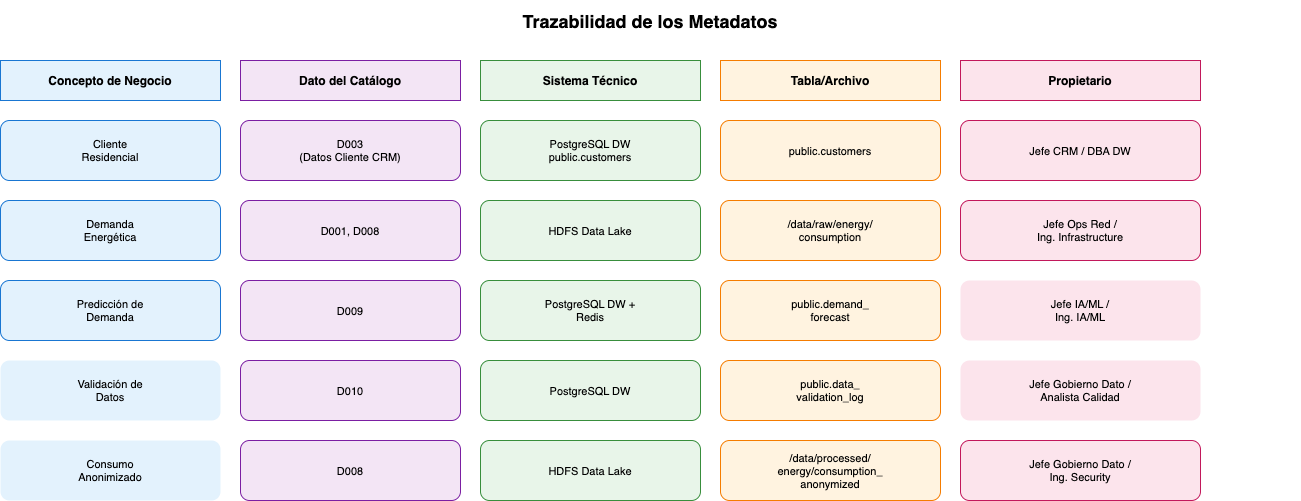
This is figuras/trazabilidad-metadatos.png from joseluiscasado/gestion-datos-energitech, a draw.io export, as it was before one commit. Source tidied: cells renumbered, new cells last; positions are measured from the earlier drawing's top-left corner, leaving out a move shared by most shapes. Source of this version:
```xml
<mxGraphModel background="#ffffff">
  <root>
    <mxCell id="0" />
    <mxCell id="1" parent="0" />
    <mxCell id="2" value="Trazabilidad de los Metadatos" style="text;fontSize=18;fontStyle=1;align=center;verticalAlign=middle;" parent="1" vertex="1">
      <mxGeometry width="1300" height="40" as="geometry" />
    </mxCell>
    <mxCell id="3" value="Concepto de Negocio" style="text;fontSize=12;fontStyle=1;align=center;verticalAlign=middle;fillColor=#E3F2FD;strokeColor=#1976D2;" parent="1" vertex="1">
      <mxGeometry y="60" width="220" height="40" as="geometry" />
    </mxCell>
    <mxCell id="4" value="Dato del Catálogo" style="text;fontSize=12;fontStyle=1;align=center;verticalAlign=middle;fillColor=#F3E5F5;strokeColor=#7B1FA2;" parent="1" vertex="1">
      <mxGeometry x="240" y="60" width="220" height="40" as="geometry" />
    </mxCell>
    <mxCell id="5" value="Sistema Técnico" style="text;fontSize=12;fontStyle=1;align=center;verticalAlign=middle;fillColor=#E8F5E9;strokeColor=#388E3C;" parent="1" vertex="1">
      <mxGeometry x="480" y="60" width="220" height="40" as="geometry" />
    </mxCell>
    <mxCell id="6" value="Tabla/Archivo" style="text;fontSize=12;fontStyle=1;align=center;verticalAlign=middle;fillColor=#FFF3E0;strokeColor=#F57C00;" parent="1" vertex="1">
      <mxGeometry x="720" y="60" width="220" height="40" as="geometry" />
    </mxCell>
    <mxCell id="7" value="Propietario" style="text;fontSize=12;fontStyle=1;align=center;verticalAlign=middle;fillColor=#FCE4EC;strokeColor=#C2185B;" parent="1" vertex="1">
      <mxGeometry x="960" y="60" width="240" height="40" as="geometry" />
    </mxCell>
    <mxCell id="8" value="Cliente&#10;Residencial" style="text;fontSize=11;align=center;verticalAlign=middle;fillColor=#E3F2FD;strokeColor=#1976D2;rounded=1;" parent="1" vertex="1">
      <mxGeometry y="120" width="220" height="60" as="geometry" />
    </mxCell>
    <mxCell id="9" value="D003&#10;(Datos Cliente CRM)" style="text;fontSize=11;align=center;verticalAlign=middle;fillColor=#F3E5F5;strokeColor=#7B1FA2;rounded=1;" parent="1" vertex="1">
      <mxGeometry x="240" y="120" width="220" height="60" as="geometry" />
    </mxCell>
    <mxCell id="10" value="PostgreSQL DW&#10;public.customers" style="text;fontSize=11;align=center;verticalAlign=middle;fillColor=#E8F5E9;strokeColor=#388E3C;rounded=1;" parent="1" vertex="1">
      <mxGeometry x="480" y="120" width="220" height="60" as="geometry" />
    </mxCell>
    <mxCell id="11" value="public.customers" style="text;fontSize=11;align=center;verticalAlign=middle;fillColor=#FFF3E0;strokeColor=#F57C00;rounded=1;" parent="1" vertex="1">
      <mxGeometry x="720" y="120" width="220" height="60" as="geometry" />
    </mxCell>
    <mxCell id="12" value="Jefe CRM / DBA DW" style="text;fontSize=11;align=center;verticalAlign=middle;fillColor=#FCE4EC;strokeColor=#C2185B;rounded=1;" parent="1" vertex="1">
      <mxGeometry x="960" y="120" width="240" height="60" as="geometry" />
    </mxCell>
    <mxCell id="13" value="Demanda&#10;Energética" style="text;fontSize=11;align=center;verticalAlign=middle;fillColor=#E3F2FD;strokeColor=#1976D2;rounded=1;" parent="1" vertex="1">
      <mxGeometry y="200" width="220" height="60" as="geometry" />
    </mxCell>
    <mxCell id="14" value="D001, D008" style="text;fontSize=11;align=center;verticalAlign=middle;fillColor=#F3E5F5;strokeColor=#7B1FA2;rounded=1;" parent="1" vertex="1">
      <mxGeometry x="240" y="200" width="220" height="60" as="geometry" />
    </mxCell>
    <mxCell id="15" value="HDFS Data Lake" style="text;fontSize=11;align=center;verticalAlign=middle;fillColor=#E8F5E9;strokeColor=#388E3C;rounded=1;" parent="1" vertex="1">
      <mxGeometry x="480" y="200" width="220" height="60" as="geometry" />
    </mxCell>
    <mxCell id="16" value="/data/raw/energy/&#10;consumption" style="text;fontSize=11;align=center;verticalAlign=middle;fillColor=#FFF3E0;strokeColor=#F57C00;rounded=1;" parent="1" vertex="1">
      <mxGeometry x="720" y="200" width="220" height="60" as="geometry" />
    </mxCell>
    <mxCell id="17" value="Jefe Ops Red /&#10;Ing. Infrastructure" style="text;fontSize=11;align=center;verticalAlign=middle;fillColor=#FCE4EC;strokeColor=#C2185B;rounded=1;" parent="1" vertex="1">
      <mxGeometry x="960" y="200" width="240" height="60" as="geometry" />
    </mxCell>
    <mxCell id="18" value="Predicción de&#10;Demanda" style="text;fontSize=11;align=center;verticalAlign=middle;fillColor=#E3F2FD;strokeColor=#1976D2;rounded=1;" parent="1" vertex="1">
      <mxGeometry y="280" width="220" height="60" as="geometry" />
    </mxCell>
    <mxCell id="19" value="D009" style="text;fontSize=11;align=center;verticalAlign=middle;fillColor=#F3E5F5;strokeColor=#7B1FA2;rounded=1;" parent="1" vertex="1">
      <mxGeometry x="240" y="280" width="220" height="60" as="geometry" />
    </mxCell>
    <mxCell id="20" value="PostgreSQL DW +&#10;Redis" style="text;fontSize=11;align=center;verticalAlign=middle;fillColor=#E8F5E9;strokeColor=#388E3C;rounded=1;" parent="1" vertex="1">
      <mxGeometry x="480" y="280" width="220" height="60" as="geometry" />
    </mxCell>
    <mxCell id="21" value="public.demand_&#10;forecast" style="text;fontSize=11;align=center;verticalAlign=middle;fillColor=#FFF3E0;strokeColor=#F57C00;rounded=1;" parent="1" vertex="1">
      <mxGeometry x="720" y="280" width="220" height="60" as="geometry" />
    </mxCell>
    <mxCell id="22" value="Jefe IA/ML /&#10;Ing. IA/ML" style="text;fontSize=11;align=center;verticalAlign=middle;fillColor=#FCE4EC;strokeColor:#C2185B;rounded=1;" parent="1" vertex="1">
      <mxGeometry x="960" y="280" width="240" height="60" as="geometry" />
    </mxCell>
    <mxCell id="23" value="Validación de&#10;Datos" style="text;fontSize=11;align=center;verticalAlign=middle;fillColor=#E3F2FD;strokeColor:#1976D2;rounded=1;" parent="1" vertex="1">
      <mxGeometry y="360" width="220" height="60" as="geometry" />
    </mxCell>
    <mxCell id="24" value="D010" style="text;fontSize=11;align=center;verticalAlign=middle;fillColor=#F3E5F5;strokeColor=#7B1FA2;rounded=1;" parent="1" vertex="1">
      <mxGeometry x="240" y="360" width="220" height="60" as="geometry" />
    </mxCell>
    <mxCell id="25" value="PostgreSQL DW" style="text;fontSize=11;align=center;verticalAlign=middle;fillColor=#E8F5E9;strokeColor=#388E3C;rounded=1;" parent="1" vertex="1">
      <mxGeometry x="480" y="360" width="220" height="60" as="geometry" />
    </mxCell>
    <mxCell id="26" value="public.data_&#10;validation_log" style="text;fontSize=11;align=center;verticalAlign=middle;fillColor=#FFF3E0;strokeColor=#F57C00;rounded=1;" parent="1" vertex="1">
      <mxGeometry x="720" y="360" width="220" height="60" as="geometry" />
    </mxCell>
    <mxCell id="27" value="Jefe Gobierno Dato /&#10;Analista Calidad" style="text;fontSize=11;align=center;verticalAlign=middle;fillColor=#FCE4EC;strokeColor:#C2185B;rounded=1;" parent="1" vertex="1">
      <mxGeometry x="960" y="360" width="240" height="60" as="geometry" />
    </mxCell>
    <mxCell id="28" value="Consumo&#10;Anonimizado" style="text;fontSize=11;align=center;verticalAlign=middle;fillColor=#E3F2FD;strokeColor:#1976D2;rounded=1;" parent="1" vertex="1">
      <mxGeometry y="440" width="220" height="60" as="geometry" />
    </mxCell>
    <mxCell id="29" value="D008" style="text;fontSize=11;align=center;verticalAlign=middle;fillColor=#F3E5F5;strokeColor=#7B1FA2;rounded=1;" parent="1" vertex="1">
      <mxGeometry x="240" y="440" width="220" height="60" as="geometry" />
    </mxCell>
    <mxCell id="30" value="HDFS Data Lake" style="text;fontSize=11;align=center;verticalAlign=middle;fillColor=#E8F5E9;strokeColor=#388E3C;rounded=1;" parent="1" vertex="1">
      <mxGeometry x="480" y="440" width="220" height="60" as="geometry" />
    </mxCell>
    <mxCell id="31" value="/data/processed/&#10;energy/consumption_&#10;anonymized" style="text;fontSize=11;align=center;verticalAlign=middle;fillColor=#FFF3E0;strokeColor=#F57C00;rounded=1;" parent="1" vertex="1">
      <mxGeometry x="720" y="440" width="220" height="60" as="geometry" />
    </mxCell>
    <mxCell id="32" value="Jefe Gobierno Dato /&#10;Ing. Security" style="text;fontSize=11;align=center;verticalAlign=middle;fillColor=#FCE4EC;strokeColor=#C2185B;rounded=1;" parent="1" vertex="1">
      <mxGeometry x="960" y="440" width="240" height="60" as="geometry" />
    </mxCell>
  </root>
</mxGraphModel>
```
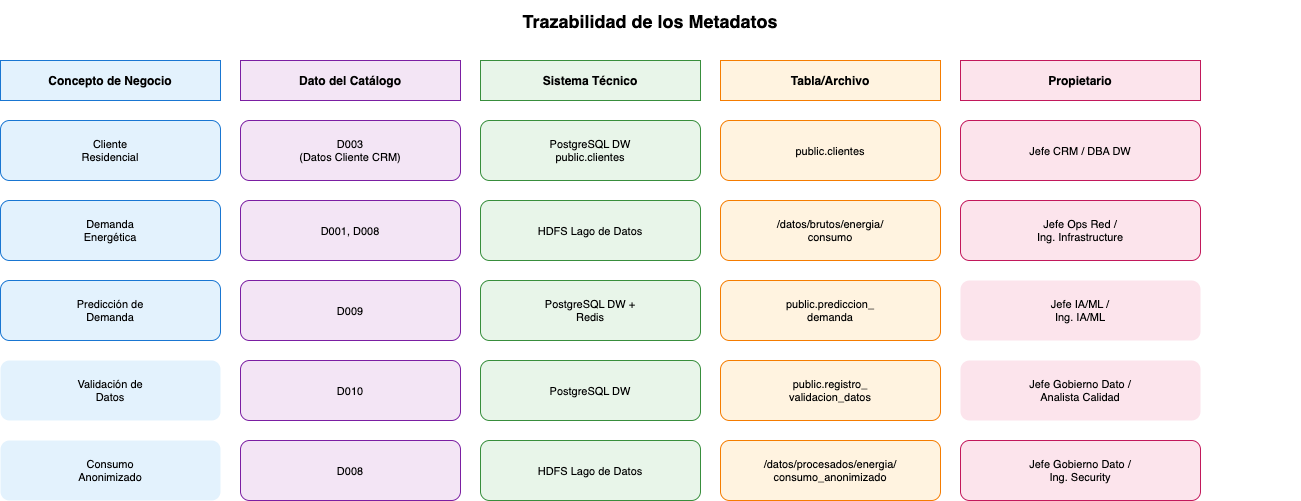
Later version of the same file.

The edit, as a diff of the source:
```diff
@@ -26,10 +26,10 @@
     <mxCell id="9" value="D003&#10;(Datos Cliente CRM)" style="text;fontSize=11;align=center;verticalAlign=middle;fillColor=#F3E5F5;strokeColor=#7B1FA2;rounded=1;" parent="1" vertex="1">
       <mxGeometry x="240" y="120" width="220" height="60" as="geometry" />
     </mxCell>
-    <mxCell id="10" value="PostgreSQL DW&#10;public.customers" style="text;fontSize=11;align=center;verticalAlign=middle;fillColor=#E8F5E9;strokeColor=#388E3C;rounded=1;" parent="1" vertex="1">
+    <mxCell id="10" value="PostgreSQL DW&#10;public.clientes" style="text;fontSize=11;align=center;verticalAlign=middle;fillColor=#E8F5E9;strokeColor=#388E3C;rounded=1;" parent="1" vertex="1">
       <mxGeometry x="480" y="120" width="220" height="60" as="geometry" />
     </mxCell>
-    <mxCell id="11" value="public.customers" style="text;fontSize=11;align=center;verticalAlign=middle;fillColor=#FFF3E0;strokeColor=#F57C00;rounded=1;" parent="1" vertex="1">
+    <mxCell id="11" value="public.clientes" style="text;fontSize=11;align=center;verticalAlign=middle;fillColor=#FFF3E0;strokeColor=#F57C00;rounded=1;" parent="1" vertex="1">
       <mxGeometry x="720" y="120" width="220" height="60" as="geometry" />
     </mxCell>
     <mxCell id="12" value="Jefe CRM / DBA DW" style="text;fontSize=11;align=center;verticalAlign=middle;fillColor=#FCE4EC;strokeColor=#C2185B;rounded=1;" parent="1" vertex="1">
@@ -41,10 +41,10 @@
     <mxCell id="14" value="D001, D008" style="text;fontSize=11;align=center;verticalAlign=middle;fillColor=#F3E5F5;strokeColor=#7B1FA2;rounded=1;" parent="1" vertex="1">
       <mxGeometry x="240" y="200" width="220" height="60" as="geometry" />
     </mxCell>
-    <mxCell id="15" value="HDFS Data Lake" style="text;fontSize=11;align=center;verticalAlign=middle;fillColor=#E8F5E9;strokeColor=#388E3C;rounded=1;" parent="1" vertex="1">
+    <mxCell id="15" value="HDFS Lago de Datos" style="text;fontSize=11;align=center;verticalAlign=middle;fillColor=#E8F5E9;strokeColor=#388E3C;rounded=1;" parent="1" vertex="1">
       <mxGeometry x="480" y="200" width="220" height="60" as="geometry" />
     </mxCell>
-    <mxCell id="16" value="/data/raw/energy/&#10;consumption" style="text;fontSize=11;align=center;verticalAlign=middle;fillColor=#FFF3E0;strokeColor=#F57C00;rounded=1;" parent="1" vertex="1">
+    <mxCell id="16" value="/datos/brutos/energia/&#10;consumo" style="text;fontSize=11;align=center;verticalAlign=middle;fillColor=#FFF3E0;strokeColor=#F57C00;rounded=1;" parent="1" vertex="1">
       <mxGeometry x="720" y="200" width="220" height="60" as="geometry" />
     </mxCell>
     <mxCell id="17" value="Jefe Ops Red /&#10;Ing. Infrastructure" style="text;fontSize=11;align=center;verticalAlign=middle;fillColor=#FCE4EC;strokeColor=#C2185B;rounded=1;" parent="1" vertex="1">
@@ -59,7 +59,7 @@
     <mxCell id="20" value="PostgreSQL DW +&#10;Redis" style="text;fontSize=11;align=center;verticalAlign=middle;fillColor=#E8F5E9;strokeColor=#388E3C;rounded=1;" parent="1" vertex="1">
       <mxGeometry x="480" y="280" width="220" height="60" as="geometry" />
     </mxCell>
-    <mxCell id="21" value="public.demand_&#10;forecast" style="text;fontSize=11;align=center;verticalAlign=middle;fillColor=#FFF3E0;strokeColor=#F57C00;rounded=1;" parent="1" vertex="1">
+    <mxCell id="21" value="public.prediccion_&#10;demanda" style="text;fontSize=11;align=center;verticalAlign=middle;fillColor=#FFF3E0;strokeColor=#F57C00;rounded=1;" parent="1" vertex="1">
       <mxGeometry x="720" y="280" width="220" height="60" as="geometry" />
     </mxCell>
     <mxCell id="22" value="Jefe IA/ML /&#10;Ing. IA/ML" style="text;fontSize=11;align=center;verticalAlign=middle;fillColor=#FCE4EC;strokeColor:#C2185B;rounded=1;" parent="1" vertex="1">
@@ -74,7 +74,7 @@
     <mxCell id="25" value="PostgreSQL DW" style="text;fontSize=11;align=center;verticalAlign=middle;fillColor=#E8F5E9;strokeColor=#388E3C;rounded=1;" parent="1" vertex="1">
       <mxGeometry x="480" y="360" width="220" height="60" as="geometry" />
     </mxCell>
-    <mxCell id="26" value="public.data_&#10;validation_log" style="text;fontSize=11;align=center;verticalAlign=middle;fillColor=#FFF3E0;strokeColor=#F57C00;rounded=1;" parent="1" vertex="1">
+    <mxCell id="26" value="public.registro_&#10;validacion_datos" style="text;fontSize=11;align=center;verticalAlign=middle;fillColor=#FFF3E0;strokeColor=#F57C00;rounded=1;" parent="1" vertex="1">
       <mxGeometry x="720" y="360" width="220" height="60" as="geometry" />
     </mxCell>
     <mxCell id="27" value="Jefe Gobierno Dato /&#10;Analista Calidad" style="text;fontSize=11;align=center;verticalAlign=middle;fillColor=#FCE4EC;strokeColor:#C2185B;rounded=1;" parent="1" vertex="1">
@@ -86,10 +86,10 @@
     <mxCell id="29" value="D008" style="text;fontSize=11;align=center;verticalAlign=middle;fillColor=#F3E5F5;strokeColor=#7B1FA2;rounded=1;" parent="1" vertex="1">
       <mxGeometry x="240" y="440" width="220" height="60" as="geometry" />
     </mxCell>
-    <mxCell id="30" value="HDFS Data Lake" style="text;fontSize=11;align=center;verticalAlign=middle;fillColor=#E8F5E9;strokeColor=#388E3C;rounded=1;" parent="1" vertex="1">
+    <mxCell id="30" value="HDFS Lago de Datos" style="text;fontSize=11;align=center;verticalAlign=middle;fillColor=#E8F5E9;strokeColor=#388E3C;rounded=1;" parent="1" vertex="1">
       <mxGeometry x="480" y="440" width="220" height="60" as="geometry" />
     </mxCell>
-    <mxCell id="31" value="/data/processed/&#10;energy/consumption_&#10;anonymized" style="text;fontSize=11;align=center;verticalAlign=middle;fillColor=#FFF3E0;strokeColor=#F57C00;rounded=1;" parent="1" vertex="1">
+    <mxCell id="31" value="/datos/procesados/energia/&#10;consumo_anonimizado" style="text;fontSize=11;align=center;verticalAlign=middle;fillColor=#FFF3E0;strokeColor=#F57C00;rounded=1;" parent="1" vertex="1">
       <mxGeometry x="720" y="440" width="220" height="60" as="geometry" />
     </mxCell>
     <mxCell id="32" value="Jefe Gobierno Dato /&#10;Ing. Security" style="text;fontSize=11;align=center;verticalAlign=middle;fillColor=#FCE4EC;strokeColor=#C2185B;rounded=1;" parent="1" vertex="1">
```
